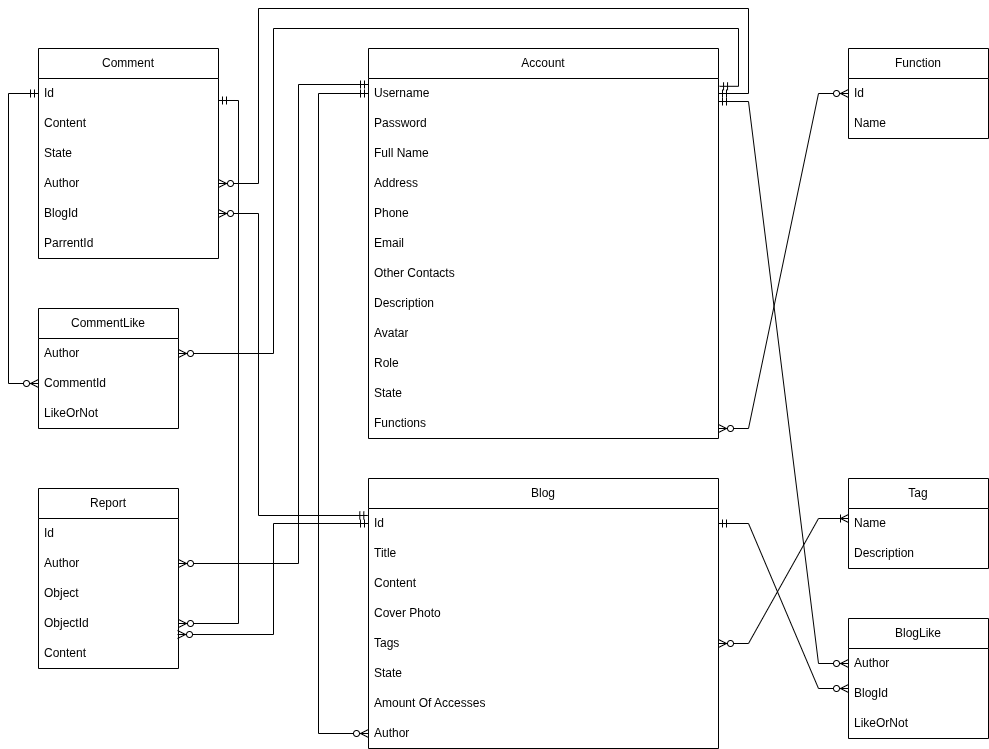
Before: README/BlogAppDiagram.png, a diagram exported from draw.io (kieudangkimbao2000/BlogApp). Source tidied: cells renumbered, new cells last; positions are measured from the earlier drawing's top-left corner, leaving out a move shared by most shapes.
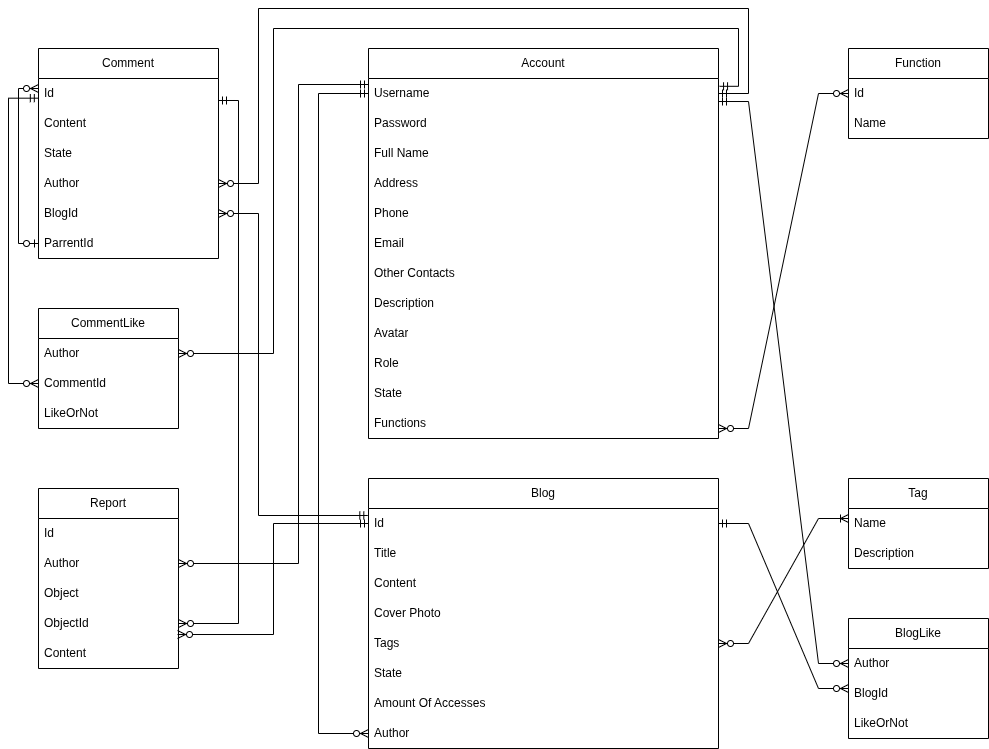
The same diagram one commit later.

Commit message:
[Common]: Modify diagram

Change to the diagram source:
```diff
@@ -181,7 +181,7 @@
     <mxCell id="55" style="edgeStyle=orthogonalEdgeStyle;fontSize=12;html=1;endArrow=ERzeroToMany;startArrow=ERmandOne;rounded=0;entryX=0.993;entryY=0.867;entryDx=0;entryDy=0;exitX=0;exitY=0.5;exitDx=0;exitDy=0;entryPerimeter=0;" parent="1" edge="1" source="19" target="49">
       <mxGeometry relative="1" as="geometry" />
     </mxCell>
-    <mxCell id="56" style="edgeStyle=elbowEdgeStyle;fontSize=12;html=1;endArrow=ERzeroToMany;startArrow=ERmandOne;rounded=0;entryX=0;entryY=0.5;entryDx=0;entryDy=0;exitX=0;exitY=0.5;exitDx=0;exitDy=0;elbow=vertical;" parent="1" edge="1" source="31" target="39">
+    <mxCell id="56" style="edgeStyle=elbowEdgeStyle;fontSize=12;html=1;endArrow=ERzeroToMany;startArrow=ERmandOne;rounded=0;entryX=0;entryY=0.5;entryDx=0;entryDy=0;exitX=-0.001;exitY=0.656;exitDx=0;exitDy=0;elbow=vertical;exitPerimeter=0;" parent="1" edge="1" source="31" target="39">
       <mxGeometry relative="1" as="geometry">
         <Array as="points">
           <mxPoint y="220" />
@@ -230,5 +230,14 @@
         <mxPoint x="710" y="420" as="sourcePoint" />
       </mxGeometry>
     </mxCell>
+    <mxCell id="63" style="edgeStyle=orthogonalEdgeStyle;fontSize=12;html=1;endArrow=ERzeroToMany;startArrow=ERzeroToOne;rounded=0;exitX=0;exitY=0.5;exitDx=0;exitDy=0;" parent="1" edge="1" source="36">
+      <mxGeometry relative="1" as="geometry">
+        <mxPoint x="30" y="80" as="targetPoint" />
+        <Array as="points">
+          <mxPoint x="10" y="235" />
+          <mxPoint x="10" y="80" />
+        </Array>
+      </mxGeometry>
+    </mxCell>
   </root>
 </mxGraphModel>
```
